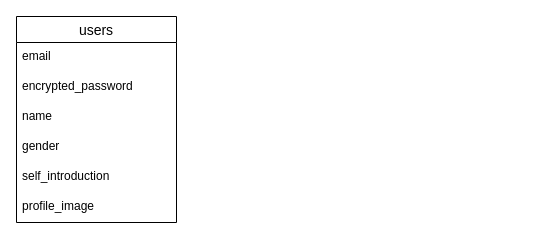
Earlier version of the draw.io diagram match.dio (yukki373/match). Source tidied: cells renumbered, new cells numbered last; positions are measured from the earlier drawing's top-left corner, leaving out a move shared by most shapes. Both pictures are drawn from the tidied source at 100%, with x=0, y=0 at pixel (16, 16).
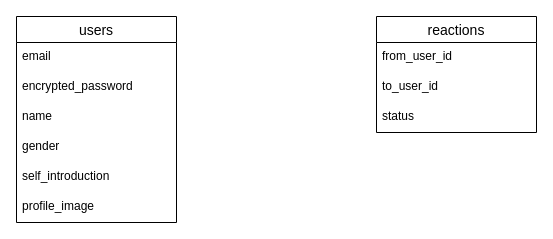
The same diagram, later.

The edit, as a diff of the source:
```diff
@@
 <mxGraphModel>
   <root>
     <mxCell id="0" />
     <mxCell id="1" parent="0" />
     <mxCell id="2" value="users" style="swimlane;fontStyle=0;horizontal=1;startSize=26;align=center;fontSize=14;" parent="1" vertex="1">
       <mxGeometry width="160" height="206" as="geometry" />
     </mxCell>
     <mxCell id="3" value="email" style="text;strokeColor=none;fillColor=none;spacingLeft=4;spacingRight=4;overflow=hidden;fontSize=12;" parent="2" vertex="1">
       <mxGeometry y="26" width="160" height="30" as="geometry" />
     </mxCell>
     <mxCell id="4" value="encrypted_password" style="text;strokeColor=none;fillColor=none;spacingLeft=4;spacingRight=4;overflow=hidden;fontSize=12;" parent="2" vertex="1">
       <mxGeometry y="56" width="160" height="30" as="geometry" />
     </mxCell>
     <mxCell id="5" value="name" style="text;strokeColor=none;fillColor=none;spacingLeft=4;spacingRight=4;overflow=hidden;fontSize=12;" parent="2" vertex="1">
       <mxGeometry y="86" width="160" height="30" as="geometry" />
     </mxCell>
     <mxCell id="6" value="gender" style="text;strokeColor=none;fillColor=none;spacingLeft=4;spacingRight=4;overflow=hidden;fontSize=12;" parent="2" vertex="1">
       <mxGeometry y="116" width="160" height="30" as="geometry" />
     </mxCell>
     <mxCell id="7" value="self_introduction" style="text;strokeColor=none;fillColor=none;spacingLeft=4;spacingRight=4;overflow=hidden;fontSize=12;" parent="2" vertex="1">
       <mxGeometry y="146" width="160" height="30" as="geometry" />
     </mxCell>
     <mxCell id="8" value="profile_image" style="text;strokeColor=none;fillColor=none;spacingLeft=4;spacingRight=4;overflow=hidden;fontSize=12;" parent="2" vertex="1">
       <mxGeometry y="176" width="160" height="30" as="geometry" />
     </mxCell>
+    <mxCell id="9" value="reactions" style="swimlane;fontStyle=0;horizontal=1;startSize=26;align=center;fontSize=14;" parent="1" vertex="1">
+      <mxGeometry x="360" width="160" height="116" as="geometry" />
+    </mxCell>
+    <mxCell id="10" value="from_user_id" style="text;strokeColor=none;fillColor=none;spacingLeft=4;spacingRight=4;overflow=hidden;fontSize=12;" parent="9" vertex="1">
+      <mxGeometry y="26" width="160" height="30" as="geometry" />
+    </mxCell>
+    <mxCell id="11" value="to_user_id" style="text;strokeColor=none;fillColor=none;spacingLeft=4;spacingRight=4;overflow=hidden;fontSize=12;" parent="9" vertex="1">
+      <mxGeometry y="56" width="160" height="30" as="geometry" />
+    </mxCell>
+    <mxCell id="12" value="status" style="text;strokeColor=none;fillColor=none;spacingLeft=4;spacingRight=4;overflow=hidden;fontSize=12;" parent="9" vertex="1">
+      <mxGeometry y="86" width="160" height="30" as="geometry" />
+    </mxCell>
   </root>
 </mxGraphModel>
```
